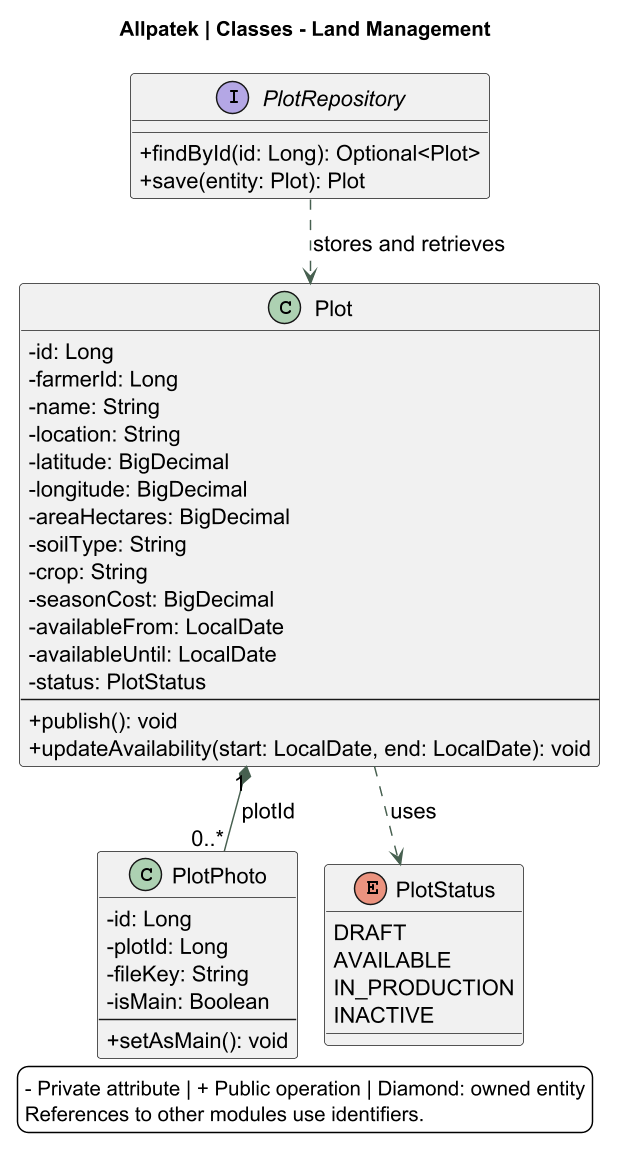
Above: assets/chapter-04/architecture/09-classes-plots.png in upc-pre-202620-1asi0729-7753-Terranova/allpatek-report (PlantUML), before the change.
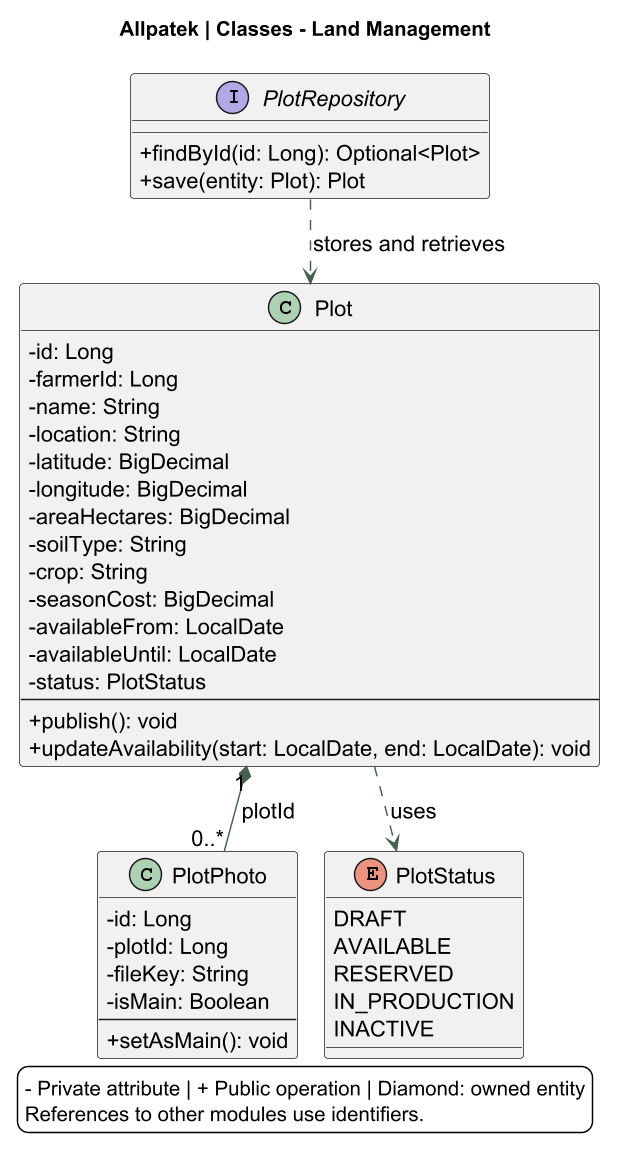
After the change.

Change to the diagram source:
```diff
@@ -38,6 +38,7 @@
 enum PlotStatus {
 DRAFT
 AVAILABLE
+RESERVED
 IN_PRODUCTION
 INACTIVE
 }
```
